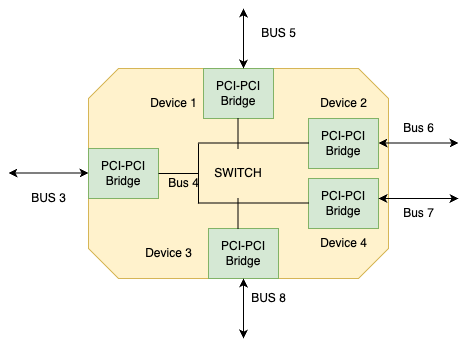
This is images/PCIe Switch.png from Abhishekojha38/pcie-introduction, a draw.io export, as it was before one commit. Source tidied: cells renumbered, new cells last; positions are measured from the earlier drawing's top-left corner, leaving out a move shared by most shapes.
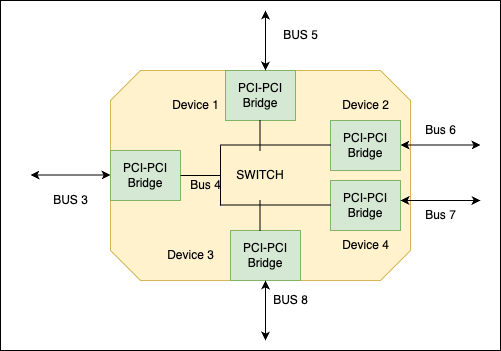
After the change.

Commit message:
doc: add pcie hierarchy section

What changed in the source:
```diff
@@ -2,6 +2,9 @@
   <root>
     <mxCell id="0" />
     <mxCell id="1" parent="0" />
+    <mxCell id="29" style="rounded=0;whiteSpace=wrap;html=1;" parent="1" vertex="1">
+      <mxGeometry x="-30" y="-10" width="500" height="350" as="geometry" />
+    </mxCell>
     <mxCell id="2" value="SWITCH" style="whiteSpace=wrap;html=1;shape=mxgraph.basic.octagon2;align=center;verticalAlign=middle;dx=15;fillColor=#fff2cc;strokeColor=#d6b656;" parent="1" vertex="1">
       <mxGeometry x="80" y="60" width="300" height="210" as="geometry" />
     </mxCell>
```
